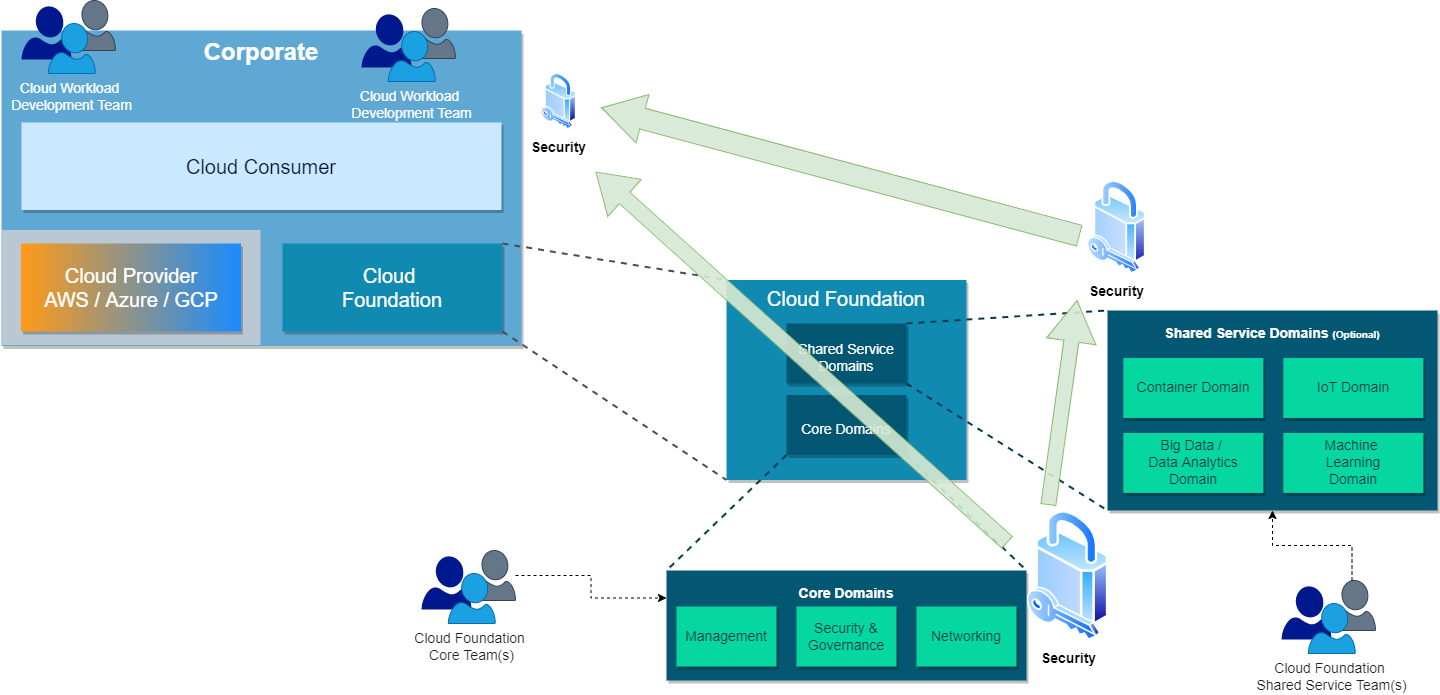
This is static/images/blog/cloud-foundation-map/sample-security.png from nuvibit/nuvibit.com, a draw.io export, as it was before one commit. Source tidied: cells renumbered, new cells last; positions are measured from the earlier drawing's top-left corner, leaving out a move shared by most shapes. The source it was exported from:
```xml
<mxGraphModel background="#ffffff">
  <root>
    <mxCell id="0" />
    <mxCell id="1" parent="0" />
    <mxCell id="2" value="Cloud Foundation" style="rounded=0;whiteSpace=wrap;html=1;fontSize=20;verticalAlign=top;fillColor=#118AB2;fontStyle=0;fontColor=#FFFFFF;strokeColor=none;gradientDirection=radial;shadow=1;" parent="1" vertex="1">
      <mxGeometry x="725" y="355.5" width="240" height="200" as="geometry" />
    </mxCell>
    <mxCell id="3" style="edgeStyle=none;rounded=0;jettySize=auto;html=1;exitX=0;exitY=1;exitDx=0;exitDy=0;entryX=0;entryY=0;entryDx=0;entryDy=0;dashed=1;endArrow=none;endFill=0;strokeColor=#073B4C;strokeWidth=2;fillColor=#dae8fc;" parent="1" edge="1" source="17" target="5">
      <mxGeometry relative="1" as="geometry" />
    </mxCell>
    <mxCell id="4" style="edgeStyle=none;rounded=0;jettySize=auto;html=1;exitX=1;exitY=1;exitDx=0;exitDy=0;entryX=1;entryY=0;entryDx=0;entryDy=0;dashed=1;endArrow=none;endFill=0;strokeColor=#073B4C;strokeWidth=2;fillColor=#dae8fc;" parent="1" edge="1" source="17" target="5">
      <mxGeometry relative="1" as="geometry" />
    </mxCell>
    <mxCell id="5" value="Core Domains" style="rounded=0;whiteSpace=wrap;html=1;fontSize=14;verticalAlign=top;fillColor=#035773;fontStyle=1;strokeColor=none;strokeWidth=2;shadow=1;spacingTop=8;fontColor=#FFFFFF;" parent="1" vertex="1">
      <mxGeometry x="665" y="646" width="360" height="110" as="geometry" />
    </mxCell>
    <mxCell id="6" style="edgeStyle=none;rounded=0;jettySize=auto;html=1;exitX=1;exitY=0;exitDx=0;exitDy=0;entryX=0;entryY=0;entryDx=0;entryDy=0;dashed=1;endArrow=none;endFill=0;strokeColor=#073B4C;strokeWidth=2;fillColor=#e1d5e7;" parent="1" edge="1" source="8" target="12">
      <mxGeometry relative="1" as="geometry" />
    </mxCell>
    <mxCell id="7" style="edgeStyle=none;rounded=0;jettySize=auto;html=1;exitX=1;exitY=1;exitDx=0;exitDy=0;entryX=0;entryY=1;entryDx=0;entryDy=0;dashed=1;endArrow=none;endFill=0;strokeColor=#073B4C;strokeWidth=2;fillColor=#e1d5e7;" parent="1" edge="1" source="8" target="12">
      <mxGeometry relative="1" as="geometry" />
    </mxCell>
    <mxCell id="8" value="Shared Service Domains" style="rounded=0;whiteSpace=wrap;html=1;fontSize=14;verticalAlign=middle;fillColor=#035773;fontStyle=0;strokeColor=none;fontColor=#FFFFFF;shadow=1;strokeWidth=2;spacingTop=8;" parent="1" vertex="1">
      <mxGeometry x="785" y="399" width="120" height="60" as="geometry" />
    </mxCell>
    <mxCell id="9" value="Networking" style="rounded=0;whiteSpace=wrap;html=1;fontSize=14;verticalAlign=middle;fillColor=#06D6A0;strokeColor=none;shadow=1;fontColor=#023242;" parent="1" vertex="1">
      <mxGeometry x="915" y="682" width="100" height="60" as="geometry" />
    </mxCell>
    <mxCell id="10" value="Security &amp;amp; Governance" style="rounded=0;whiteSpace=wrap;html=1;fontSize=14;verticalAlign=middle;fillColor=#06D6A0;strokeColor=none;shadow=1;fontColor=#023242;" parent="1" vertex="1">
      <mxGeometry x="795" y="682" width="100" height="60" as="geometry" />
    </mxCell>
    <mxCell id="11" value="Management" style="rounded=0;whiteSpace=wrap;html=1;fontSize=14;verticalAlign=middle;fillColor=#06D6A0;strokeColor=none;shadow=1;fontColor=#023242;" parent="1" vertex="1">
      <mxGeometry x="675" y="682" width="100" height="60" as="geometry" />
    </mxCell>
    <mxCell id="12" value="Shared Service Domains &lt;font style=&quot;font-size: 10px&quot;&gt;(Optional)&lt;/font&gt;" style="rounded=0;whiteSpace=wrap;html=1;fontSize=14;verticalAlign=top;fontStyle=1;labelBorderColor=none;strokeWidth=2;fillColor=#035773;strokeColor=none;shadow=1;spacingTop=8;fontColor=#FFFFFF;" parent="1" vertex="1">
      <mxGeometry x="1106" y="386" width="330" height="200" as="geometry" />
    </mxCell>
    <mxCell id="13" value="Machine &lt;br&gt;Learning&lt;br&gt;Domain" style="rounded=0;whiteSpace=wrap;html=1;fontSize=14;verticalAlign=middle;fillColor=#06D6A0;strokeColor=none;shadow=1;fontColor=#023242;" parent="1" vertex="1">
      <mxGeometry x="1281.9" y="508.5" width="140" height="60" as="geometry" />
    </mxCell>
    <mxCell id="14" value="IoT Domain" style="rounded=0;whiteSpace=wrap;html=1;fontSize=14;verticalAlign=middle;fillColor=#06D6A0;strokeColor=none;shadow=1;fontColor=#023242;" parent="1" vertex="1">
      <mxGeometry x="1281.9" y="433.5" width="140" height="60" as="geometry" />
    </mxCell>
    <mxCell id="15" value="Container Domain" style="rounded=0;whiteSpace=wrap;html=1;fontSize=14;verticalAlign=middle;fillColor=#06D6A0;strokeColor=none;shadow=1;fontColor=#023242;" parent="1" vertex="1">
      <mxGeometry x="1121.9" y="433.5" width="140" height="60" as="geometry" />
    </mxCell>
    <mxCell id="16" value="Big Data / &lt;br&gt;Data Analytics&lt;br&gt;Domain" style="rounded=0;whiteSpace=wrap;html=1;fontSize=14;verticalAlign=middle;fillColor=#06D6A0;strokeColor=none;shadow=1;fontColor=#023242;" parent="1" vertex="1">
      <mxGeometry x="1121.9" y="508.5" width="140" height="60" as="geometry" />
    </mxCell>
    <mxCell id="17" value="Core Domains" style="rounded=0;whiteSpace=wrap;html=1;fontSize=14;verticalAlign=middle;fillColor=#035773;fontStyle=0;strokeColor=none;fontColor=#FFFFFF;shadow=1;strokeWidth=2;spacingTop=8;" parent="1" vertex="1">
      <mxGeometry x="785" y="470.5" width="120" height="60" as="geometry" />
    </mxCell>
    <mxCell id="18" value="Corporate" style="group;fillColor=#5fa8d3;fontSize=24;fontStyle=1;shadow=1;fontColor=#FFFFFF;strokeWidth=2;strokeColor=none;rounded=0;glass=0;sketch=0;labelBackgroundColor=none;" parent="1" vertex="1">
      <mxGeometry y="106" width="520" height="315.5" as="geometry" />
    </mxCell>
    <mxCell id="19" style="whiteSpace=wrap;html=1;fontSize=12;verticalAlign=top;fillColor=#bac8d3;fontStyle=0;strokeColor=none;dashed=0;" parent="1" vertex="1">
      <mxGeometry y="305.5" width="259" height="115" as="geometry" />
    </mxCell>
    <mxCell id="20" value="Cloud Provider&lt;br&gt;AWS / Azure / GCP" style="rounded=0;whiteSpace=wrap;html=1;fontSize=20;verticalAlign=middle;fontStyle=0;fontColor=#FFFFFF;gradientDirection=west;fillColor=#198CFF;gradientColor=#FF9A17;strokeColor=none;shadow=1;" parent="1" vertex="1">
      <mxGeometry x="19.5" y="319" width="220" height="88" as="geometry" />
    </mxCell>
    <mxCell id="21" value="Cloud Consumer" style="rounded=0;whiteSpace=wrap;html=1;fontSize=20;verticalAlign=middle;fontStyle=0;fillColor=#cae9ff;strokeColor=none;fontColor=#001233;shadow=1;" parent="1" vertex="1">
      <mxGeometry x="20" y="198" width="480" height="87.5" as="geometry" />
    </mxCell>
    <mxCell id="22" value="Cloud &lt;br&gt;Foundation" style="rounded=0;whiteSpace=wrap;html=1;fontSize=20;verticalAlign=middle;fillColor=#118AB2;fontStyle=0;fontColor=#FFFFFF;gradientDirection=radial;strokeColor=none;shadow=1;" parent="1" vertex="1">
      <mxGeometry x="281" y="319" width="220" height="88" as="geometry" />
    </mxCell>
    <mxCell id="23" style="edgeStyle=none;rounded=0;jettySize=auto;html=1;exitX=1;exitY=1;exitDx=0;exitDy=0;dashed=1;endArrow=none;endFill=0;strokeColor=#4D4D4D;strokeWidth=2;entryX=0;entryY=1;entryDx=0;entryDy=0;" parent="1" edge="1" source="22" target="2">
      <mxGeometry relative="1" as="geometry" />
    </mxCell>
    <mxCell id="24" style="edgeStyle=none;rounded=0;jettySize=auto;html=1;entryX=0;entryY=0;entryDx=0;entryDy=0;dashed=1;endArrow=none;endFill=0;strokeColor=#4D4D4D;strokeWidth=2;exitX=1;exitY=0;exitDx=0;exitDy=0;" parent="1" edge="1" source="22" target="2">
      <mxGeometry relative="1" as="geometry" />
    </mxCell>
    <mxCell id="25" style="group;" parent="1" vertex="1">
      <mxGeometry x="20" y="76" width="94" height="73" as="geometry" />
    </mxCell>
    <mxCell id="26" style="sketch=0;shadow=0;dashed=0;html=1;strokeColor=none;labelPosition=center;verticalLabelPosition=bottom;verticalAlign=top;align=center;fillColor=#00188D;shape=mxgraph.azure.user;fontSize=14;" parent="25" vertex="1">
      <mxGeometry y="5.8" width="50" height="53.2" as="geometry" />
    </mxCell>
    <mxCell id="27" style="sketch=0;shadow=0;dashed=0;html=1;strokeColor=#314354;labelPosition=center;verticalLabelPosition=bottom;verticalAlign=top;align=center;fillColor=#647687;shape=mxgraph.azure.user;fontSize=14;fontColor=#ffffff;" parent="25" vertex="1">
      <mxGeometry x="47" width="47" height="50" as="geometry" />
    </mxCell>
    <mxCell id="28" value="Cloud Workload &lt;br&gt;Development Team" style="sketch=0;shadow=0;dashed=0;html=1;strokeColor=#006EAF;labelPosition=center;verticalLabelPosition=bottom;verticalAlign=top;align=center;fillColor=#1ba1e2;shape=mxgraph.azure.user;fontSize=14;fontColor=#ffffff;" parent="25" vertex="1">
      <mxGeometry x="26.8" y="23" width="47" height="50" as="geometry" />
    </mxCell>
    <mxCell id="29" style="group;" parent="1" vertex="1">
      <mxGeometry x="360" y="84" width="94" height="73" as="geometry" />
    </mxCell>
    <mxCell id="30" style="sketch=0;shadow=0;dashed=0;html=1;strokeColor=none;labelPosition=center;verticalLabelPosition=bottom;verticalAlign=top;align=center;fillColor=#00188D;shape=mxgraph.azure.user;fontSize=14;" parent="29" vertex="1">
      <mxGeometry y="5.8" width="50" height="53.2" as="geometry" />
    </mxCell>
    <mxCell id="31" style="sketch=0;shadow=0;dashed=0;html=1;strokeColor=#314354;labelPosition=center;verticalLabelPosition=bottom;verticalAlign=top;align=center;fillColor=#647687;shape=mxgraph.azure.user;fontSize=14;fontColor=#ffffff;" parent="29" vertex="1">
      <mxGeometry x="47" width="47" height="50" as="geometry" />
    </mxCell>
    <mxCell id="32" value="Cloud Workload &lt;br&gt;Development&amp;nbsp;Team" style="sketch=0;shadow=0;dashed=0;html=1;strokeColor=#006EAF;labelPosition=center;verticalLabelPosition=bottom;verticalAlign=top;align=center;fillColor=#1ba1e2;shape=mxgraph.azure.user;fontSize=14;fontColor=#ffffff;" parent="29" vertex="1">
      <mxGeometry x="26.8" y="23" width="47" height="50" as="geometry" />
    </mxCell>
    <mxCell id="33" value="Security" style="perimeter=ellipsePerimeter;html=1;align=center;shadow=0;dashed=0;spacingTop=3;image;image=img/lib/active_directory/security.svg;fontStyle=1;fontSize=14;labelBackgroundColor=none;" parent="1" vertex="1">
      <mxGeometry x="1025.6" y="586" width="81.9" height="130" as="geometry" />
    </mxCell>
    <mxCell id="34" value="Security" style="perimeter=ellipsePerimeter;html=1;align=center;shadow=0;dashed=0;spacingTop=3;image;image=img/lib/active_directory/security.svg;fontStyle=1;fontSize=14;labelBackgroundColor=none;fillColor=#d5e8d4;strokeColor=#82b366;opacity=90;" parent="1" vertex="1">
      <mxGeometry x="1086.2" y="256" width="58.6" height="93" as="geometry" />
    </mxCell>
    <mxCell id="35" value="Security" style="perimeter=ellipsePerimeter;html=1;align=center;shadow=0;dashed=0;spacingTop=3;image;image=img/lib/active_directory/security.svg;fontStyle=1;fontSize=14;labelBackgroundColor=none;" parent="1" vertex="1">
      <mxGeometry x="540" y="149" width="35" height="55.5" as="geometry" />
    </mxCell>
    <mxCell id="36" style="shape=singleArrow;direction=north;whiteSpace=wrap;html=1;fontSize=14;rotation=8;fillColor=#d5e8d4;strokeColor=#82b366;opacity=90;labelBackgroundColor=none;" parent="1" vertex="1">
      <mxGeometry x="1036.2" y="375" width="50" height="206" as="geometry" />
    </mxCell>
    <mxCell id="37" style="shape=singleArrow;direction=north;whiteSpace=wrap;html=1;fontSize=14;rotation=-75;fillColor=#d5e8d4;strokeColor=#82b366;opacity=90;arrowWidth=0.4293364999917128;arrowSize=0.08587620548312566;" parent="1" vertex="1">
      <mxGeometry x="813.8" y="-0.1" width="50" height="494.5" as="geometry" />
    </mxCell>
    <mxCell id="38" style="shape=singleArrow;direction=north;whiteSpace=wrap;html=1;fontSize=14;rotation=312;fillColor=#d5e8d4;strokeColor=#82b366;opacity=90;arrowWidth=0.310219165906874;arrowSize=0.06968474328555653;labelBackgroundColor=none;" parent="1" vertex="1">
      <mxGeometry x="775" y="156" width="50" height="553.2" as="geometry" />
    </mxCell>
    <mxCell id="39" style="group;" parent="1" vertex="1">
      <mxGeometry x="420" y="626" width="94" height="73" as="geometry" />
    </mxCell>
    <mxCell id="40" style="sketch=0;shadow=0;dashed=0;html=1;strokeColor=none;labelPosition=center;verticalLabelPosition=bottom;verticalAlign=top;align=center;fillColor=#00188D;shape=mxgraph.azure.user;fontSize=14;" parent="39" vertex="1">
      <mxGeometry y="5.8" width="50" height="53.2" as="geometry" />
    </mxCell>
    <mxCell id="41" style="sketch=0;shadow=0;dashed=0;html=1;strokeColor=#314354;labelPosition=center;verticalLabelPosition=bottom;verticalAlign=top;align=center;fillColor=#647687;shape=mxgraph.azure.user;fontSize=14;fontColor=#ffffff;" parent="39" vertex="1">
      <mxGeometry x="47" width="47" height="50" as="geometry" />
    </mxCell>
    <mxCell id="42" value="Cloud Foundation &lt;br&gt;Core Team(s)" style="sketch=0;shadow=0;dashed=0;html=1;strokeColor=#006EAF;labelPosition=center;verticalLabelPosition=bottom;verticalAlign=top;align=center;fillColor=#1ba1e2;shape=mxgraph.azure.user;fontSize=14;fontColor=#1F1F1F;" parent="39" vertex="1">
      <mxGeometry x="26.8" y="23" width="47" height="50" as="geometry" />
    </mxCell>
    <mxCell id="43" style="edgeStyle=orthogonalEdgeStyle;rounded=0;jettySize=auto;html=1;fontColor=#1F1F1F;dashed=1;entryX=0;entryY=0.25;entryDx=0;entryDy=0;" parent="1" edge="1" source="41" target="5">
      <mxGeometry relative="1" as="geometry" />
    </mxCell>
    <mxCell id="44" style="group;" parent="1" vertex="1">
      <mxGeometry x="1280" y="656" width="94" height="73" as="geometry" />
    </mxCell>
    <mxCell id="45" style="sketch=0;shadow=0;dashed=0;html=1;strokeColor=none;labelPosition=center;verticalLabelPosition=bottom;verticalAlign=top;align=center;fillColor=#00188D;shape=mxgraph.azure.user;fontSize=14;" parent="44" vertex="1">
      <mxGeometry y="5.8" width="50" height="53.2" as="geometry" />
    </mxCell>
    <mxCell id="46" style="sketch=0;shadow=0;dashed=0;html=1;strokeColor=#314354;labelPosition=center;verticalLabelPosition=bottom;verticalAlign=top;align=center;fillColor=#647687;shape=mxgraph.azure.user;fontSize=14;fontColor=#ffffff;" parent="44" vertex="1">
      <mxGeometry x="47" width="47" height="50" as="geometry" />
    </mxCell>
    <mxCell id="47" value="Cloud Foundation &lt;br&gt;Shared Service Team(s)" style="sketch=0;shadow=0;dashed=0;html=1;strokeColor=#006EAF;labelPosition=center;verticalLabelPosition=bottom;verticalAlign=top;align=center;fillColor=#1ba1e2;shape=mxgraph.azure.user;fontSize=14;fontColor=#1F1F1F;" parent="44" vertex="1">
      <mxGeometry x="26.8" y="23" width="47" height="50" as="geometry" />
    </mxCell>
    <mxCell id="48" style="edgeStyle=orthogonalEdgeStyle;rounded=0;jettySize=auto;html=1;fontColor=#1F1F1F;dashed=1;entryX=0.5;entryY=1;entryDx=0;entryDy=0;" parent="1" edge="1" source="46" target="12">
      <mxGeometry relative="1" as="geometry" />
    </mxCell>
  </root>
</mxGraphModel>
```
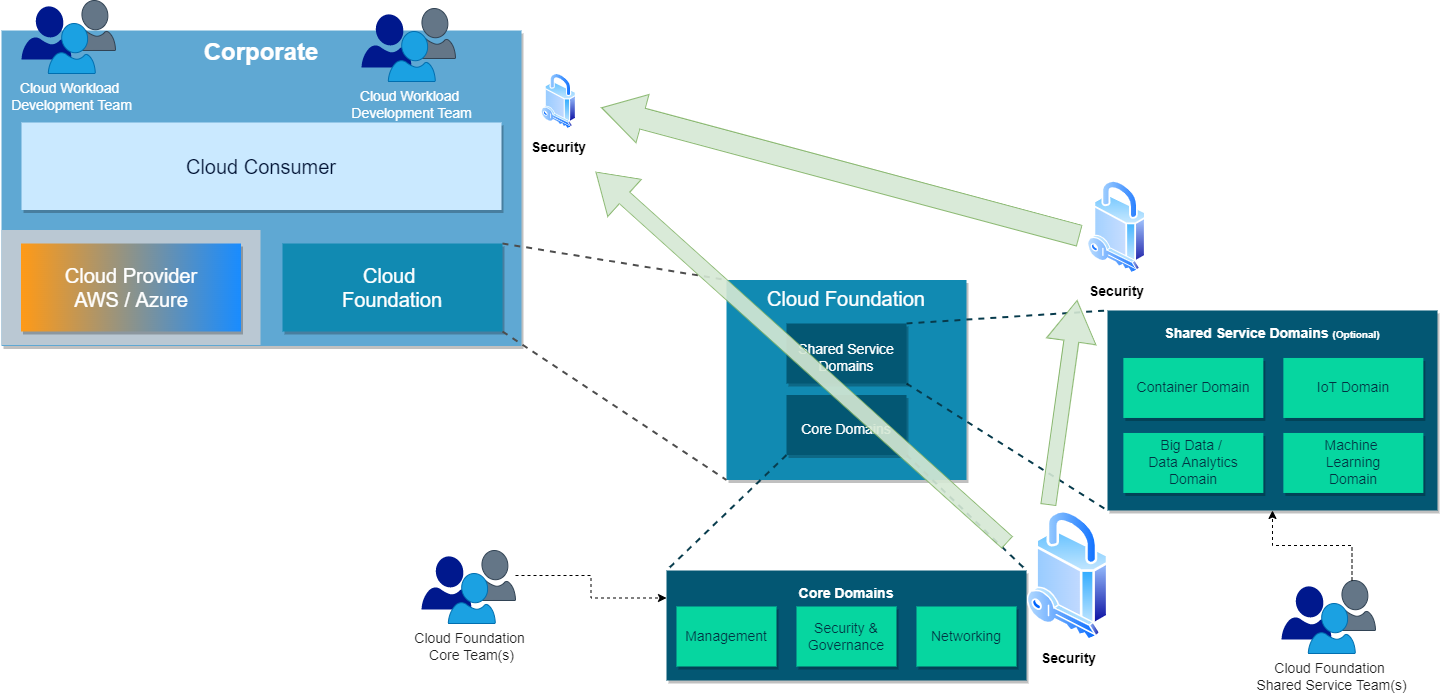
The same file after the commit.

Diff of the diagram source:
```diff
@@ -56,7 +56,7 @@
     <mxCell id="19" style="whiteSpace=wrap;html=1;fontSize=12;verticalAlign=top;fillColor=#bac8d3;fontStyle=0;strokeColor=none;dashed=0;" parent="1" vertex="1">
       <mxGeometry y="305.5" width="259" height="115" as="geometry" />
     </mxCell>
-    <mxCell id="20" value="Cloud Provider&lt;br&gt;AWS / Azure / GCP" style="rounded=0;whiteSpace=wrap;html=1;fontSize=20;verticalAlign=middle;fontStyle=0;fontColor=#FFFFFF;gradientDirection=west;fillColor=#198CFF;gradientColor=#FF9A17;strokeColor=none;shadow=1;" parent="1" vertex="1">
+    <mxCell id="20" value="Cloud Provider&lt;br&gt;AWS / Azure" style="rounded=0;whiteSpace=wrap;html=1;fontSize=20;verticalAlign=middle;fontStyle=0;fontColor=#FFFFFF;gradientDirection=west;fillColor=#198CFF;gradientColor=#FF9A17;strokeColor=none;shadow=1;" parent="1" vertex="1">
       <mxGeometry x="19.5" y="319" width="220" height="88" as="geometry" />
     </mxCell>
     <mxCell id="21" value="Cloud Consumer" style="rounded=0;whiteSpace=wrap;html=1;fontSize=20;verticalAlign=middle;fontStyle=0;fillColor=#cae9ff;strokeColor=none;fontColor=#001233;shadow=1;" parent="1" vertex="1">
```
